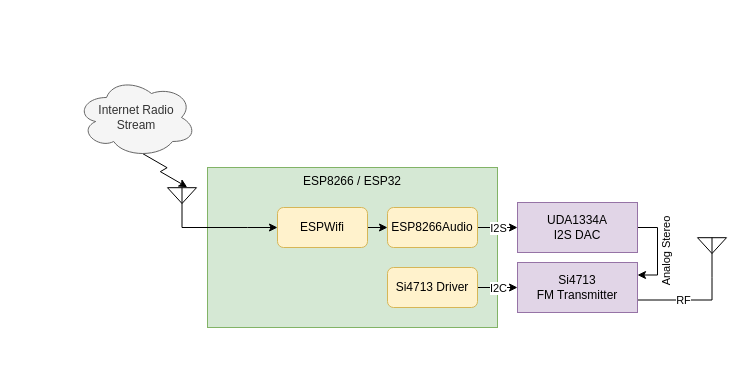
This is page "Software" (1 of 2) of docs/block_diagram.drawio from russery/fm-streamer, a draw.io file, before an edit. Source tidied: cells renumbered, new cells numbered last; positions are measured from the earlier drawing's top-left corner, leaving out a move shared by most shapes. Both pictures are drawn from the tidied source at 100%, with x=0, y=0 at pixel (76, 77).
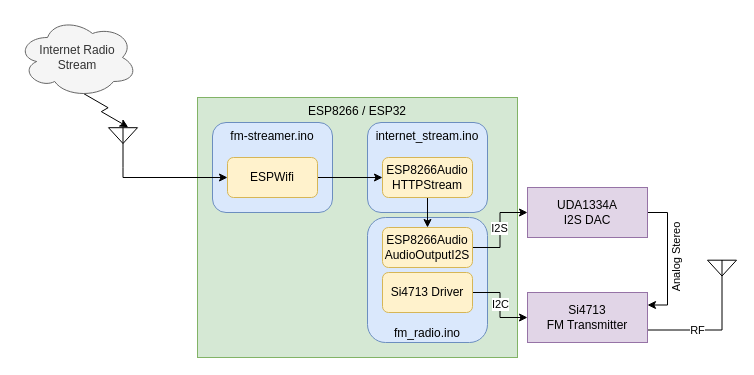
After the change.

Commit message (it also covers changes not shown here):
fleshed out readme and diagrams

The change refers to these unchanged cells:
```xml
<mxCell id="12" style="edgeStyle=orthogonalEdgeStyle;rounded=0;jettySize=auto;html=1;entryX=0;entryY=0.5;entryDx=0;entryDy=0;fontSize=11;" parent="1" edge="1" source="14" target="17">
  <mxGeometry relative="1" as="geometry" />
</mxCell>
<mxCell id="18" style="edgeStyle=orthogonalEdgeStyle;rounded=0;jettySize=auto;html=1;entryX=1;entryY=0.25;entryDx=0;entryDy=0;exitX=1;exitY=0.5;exitDx=0;exitDy=0;" parent="1" edge="1" source="20" target="17">
  <mxGeometry relative="1" as="geometry" />
</mxCell>
```

What changed in the source:
```diff
@@
     <mxCell id="2" value="ESP8266 / ESP32" style="rounded=0;whiteSpace=wrap;html=1;verticalAlign=top;fillColor=#d5e8d4;strokeColor=#82b366;" parent="1" vertex="1">
-      <mxGeometry x="131" y="90" width="290" height="160" as="geometry" />
+      <mxGeometry x="121" y="20" width="320" height="260" as="geometry" />
     </mxCell>
+    <mxCell id="22" value="fm_radio.ino" style="rounded=1;whiteSpace=wrap;html=1;verticalAlign=bottom;fillColor=#dae8fc;strokeColor=#6c8ebf;" parent="1" vertex="1">
+      <mxGeometry x="291" y="140" width="120" height="125" as="geometry" />
+    </mxCell>
+    <mxCell id="23" value="fm-streamer.ino" style="rounded=1;whiteSpace=wrap;html=1;verticalAlign=top;fillColor=#dae8fc;strokeColor=#6c8ebf;" parent="1" vertex="1">
+      <mxGeometry x="136" y="45" width="120" height="90" as="geometry" />
+    </mxCell>
+    <mxCell id="24" value="internet_stream.ino" style="rounded=1;whiteSpace=wrap;html=1;verticalAlign=top;fillColor=#dae8fc;strokeColor=#6c8ebf;" parent="1" vertex="1">
+      <mxGeometry x="291" y="45" width="120" height="90" as="geometry" />
+    </mxCell>
     <mxCell id="3" style="edgeStyle=orthogonalEdgeStyle;rounded=0;jettySize=auto;html=1;entryX=0;entryY=0.5;entryDx=0;entryDy=0;exitX=0.5;exitY=1;exitDx=0;exitDy=0;exitPerimeter=0;" parent="1" edge="1" source="4" target="8">
       <mxGeometry relative="1" as="geometry">
         <Array as="points">
-          <mxPoint x="171" y="150" />
-          <mxPoint x="171" y="150" />
+          <mxPoint x="47" y="100" />
         </Array>
       </mxGeometry>
     </mxCell>
     <mxCell id="4" style="verticalLabelPosition=bottom;shadow=0;dashed=0;align=center;html=1;verticalAlign=top;shape=mxgraph.electrical.radio.aerial_-_antenna_2;" parent="1" vertex="1">
-      <mxGeometry x="91" y="110" width="29" height="40" as="geometry" />
+      <mxGeometry x="32" y="50" width="29" height="40" as="geometry" />
     </mxCell>
     <mxCell id="5" style="edgeStyle=isometricEdgeStyle;rounded=0;jettySize=auto;html=1;endArrow=classic;endFill=1;elbow=vertical;exitX=0.55;exitY=0.95;exitDx=0;exitDy=0;exitPerimeter=0;entryX=0.68;entryY=-0.009;entryDx=0;entryDy=0;entryPerimeter=0;" parent="1" edge="1" source="6" target="4">
       <mxGeometry relative="1" as="geometry">
         <Array as="points">
-          <mxPoint x="91" y="90" />
+          <mxPoint x="32" y="30" />
         </Array>
       </mxGeometry>
     </mxCell>
     <mxCell id="6" value="Internet Radio &lt;br&gt;Stream" style="ellipse;shape=cloud;whiteSpace=wrap;html=1;fillColor=#f5f5f5;strokeColor=#666666;fontColor=#333333;" parent="1" vertex="1">
-      <mxGeometry width="120" height="80" as="geometry" />
+      <mxGeometry x="-59" y="-60" width="120" height="80" as="geometry" />
     </mxCell>
@@
     <mxCell id="8" value="ESPWifi" style="rounded=1;whiteSpace=wrap;html=1;verticalAlign=middle;fillColor=#fff2cc;strokeColor=#d6b656;" parent="1" vertex="1">
-      <mxGeometry x="201" y="130" width="90" height="40" as="geometry" />
+      <mxGeometry x="151" y="80" width="90" height="40" as="geometry" />
     </mxCell>
-    <mxCell id="9" style="edgeStyle=orthogonalEdgeStyle;rounded=0;jettySize=auto;html=1;entryX=0;entryY=0.5;entryDx=0;entryDy=0;" parent="1" edge="1" source="11" target="20">
+    <mxCell id="9" style="edgeStyle=orthogonalEdgeStyle;rounded=0;jettySize=auto;html=1;entryX=0;entryY=0.5;entryDx=0;entryDy=0;exitX=1;exitY=0.5;exitDx=0;exitDy=0;" parent="1" edge="1" source="26" target="20">
       <mxGeometry relative="1" as="geometry" />
     </mxCell>
     <mxCell id="10" value="I2S" style="edgeLabel;html=1;align=center;verticalAlign=middle;fontSize=11;" parent="9" vertex="1">
       <mxGeometry x="-0.34" relative="1" as="geometry">
-        <mxPoint x="7" as="offset" />
+        <mxPoint x="-1" y="-17" as="offset" />
       </mxGeometry>
     </mxCell>
+    <mxCell id="25" style="edgeStyle=orthogonalEdgeStyle;rounded=0;jettySize=auto;html=1;exitX=0.5;exitY=1;exitDx=0;exitDy=0;entryX=0.5;entryY=0;entryDx=0;entryDy=0;" parent="1" edge="1" source="11" target="26">
+      <mxGeometry relative="1" as="geometry" />
+    </mxCell>
-    <mxCell id="11" value="ESP8266Audio" style="rounded=1;whiteSpace=wrap;html=1;verticalAlign=middle;fillColor=#fff2cc;strokeColor=#d6b656;" parent="1" vertex="1">
-      <mxGeometry x="311" y="130" width="90" height="40" as="geometry" />
+    <mxCell id="11" value="ESP8266Audio&lt;br&gt;&lt;font style=&quot;font-size: 12px&quot;&gt;HTTPStream&lt;/font&gt;" style="rounded=1;whiteSpace=wrap;html=1;verticalAlign=middle;fillColor=#fff2cc;strokeColor=#d6b656;" parent="1" vertex="1">
+      <mxGeometry x="306" y="80" width="90" height="40" as="geometry" />
     </mxCell>
@@
     <mxCell id="13" value="I2C" style="edgeLabel;html=1;align=center;verticalAlign=middle;fontSize=11;" parent="12" vertex="1">
       <mxGeometry x="-0.17" y="1" relative="1" as="geometry">
-        <mxPoint x="3" y="1" as="offset" />
+        <mxPoint x="-1" y="6" as="offset" />
       </mxGeometry>
     </mxCell>
     <mxCell id="14" value="Si4713 Driver" style="rounded=1;whiteSpace=wrap;html=1;verticalAlign=middle;fillColor=#fff2cc;strokeColor=#d6b656;" parent="1" vertex="1">
-      <mxGeometry x="311" y="190" width="90" height="40" as="geometry" />
+      <mxGeometry x="306" y="195" width="90" height="40" as="geometry" />
     </mxCell>
@@
     <mxCell id="17" value="Si4713&lt;br&gt;FM Transmitter" style="rounded=0;whiteSpace=wrap;html=1;verticalAlign=middle;fillColor=#e1d5e7;strokeColor=#9673a6;" parent="1" vertex="1">
-      <mxGeometry x="441" y="185" width="120" height="50" as="geometry" />
+      <mxGeometry x="451" y="215" width="120" height="50" as="geometry" />
     </mxCell>
@@
     <mxCell id="19" value="Analog Stereo" style="edgeLabel;html=1;align=center;verticalAlign=middle;horizontal=0;fontSize=11;" parent="18" vertex="1">
       <mxGeometry x="-0.18" y="1" relative="1" as="geometry">
-        <mxPoint x="7" y="9" as="offset" />
+        <mxPoint x="7" y="12" as="offset" />
       </mxGeometry>
     </mxCell>
     <mxCell id="20" value="UDA1334A&lt;br&gt;I2S DAC" style="rounded=0;whiteSpace=wrap;html=1;verticalAlign=middle;fillColor=#e1d5e7;strokeColor=#9673a6;" parent="1" vertex="1">
-      <mxGeometry x="441" y="125" width="120" height="50" as="geometry" />
+      <mxGeometry x="451" y="110" width="120" height="50" as="geometry" />
     </mxCell>
     <mxCell id="21" style="verticalLabelPosition=bottom;shadow=0;dashed=0;align=center;html=1;verticalAlign=top;shape=mxgraph.electrical.radio.aerial_-_antenna_2;" parent="1" vertex="1">
-      <mxGeometry x="621" y="160" width="29" height="40" as="geometry" />
+      <mxGeometry x="631" y="182.5" width="29" height="40" as="geometry" />
     </mxCell>
+    <mxCell id="26" value="ESP8266Audio&lt;br&gt;AudioOutputI2S" style="rounded=1;whiteSpace=wrap;html=1;verticalAlign=middle;fillColor=#fff2cc;strokeColor=#d6b656;" parent="1" vertex="1">
+      <mxGeometry x="306" y="150" width="90" height="40" as="geometry" />
+    </mxCell>
```
